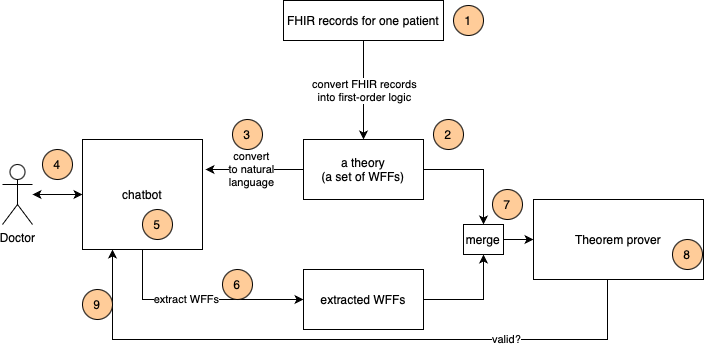
The draw.io diagram assets/logically-verified-clinical-chatbot.drawio.png in aws-samples/sample-clinical-chatbot-with-logically-verified-responses, before a commit. Source tidied: cells renumbered, new cells last; positions are measured from the earlier drawing's top-left corner, leaving out a move shared by most shapes. The source it was exported from:
```xml
<mxGraphModel>
  <root>
    <mxCell id="0" />
    <mxCell id="1" parent="0" />
    <mxCell id="2" style="edgeStyle=orthogonalEdgeStyle;rounded=0;jettySize=auto;html=1;entryX=0;entryY=0.5;entryDx=0;entryDy=0;" parent="1" edge="1" source="4" target="15">
      <mxGeometry relative="1" as="geometry">
        <Array as="points">
          <mxPoint x="140" y="299" />
        </Array>
      </mxGeometry>
    </mxCell>
    <mxCell id="3" value="extract WFFs" style="edgeLabel;html=1;align=center;verticalAlign=middle;" parent="2" vertex="1">
      <mxGeometry x="-0.12" y="1" relative="1" as="geometry" />
    </mxCell>
    <mxCell id="4" value="chatbot" style="rounded=0;whiteSpace=wrap;html=1;" parent="1" vertex="1">
      <mxGeometry x="80" y="139" width="120" height="110" as="geometry" />
    </mxCell>
    <mxCell id="5" style="edgeStyle=orthogonalEdgeStyle;rounded=0;jettySize=auto;html=1;entryX=0.5;entryY=0;entryDx=0;entryDy=0;" parent="1" edge="1" source="7" target="11">
      <mxGeometry relative="1" as="geometry" />
    </mxCell>
    <mxCell id="6" value="convert FHIR records&lt;br&gt;into first-order logic" style="edgeLabel;html=1;align=center;verticalAlign=middle;" parent="5" vertex="1">
      <mxGeometry x="0.3" y="-2" relative="1" as="geometry">
        <mxPoint x="2" y="-15" as="offset" />
      </mxGeometry>
    </mxCell>
    <mxCell id="7" value="FHIR records for one patient" style="rounded=0;whiteSpace=wrap;html=1;" parent="1" vertex="1">
      <mxGeometry x="281" width="160" height="40" as="geometry" />
    </mxCell>
    <mxCell id="8" style="edgeStyle=orthogonalEdgeStyle;rounded=0;jettySize=auto;html=1;" parent="1" edge="1" source="11" target="20">
      <mxGeometry relative="1" as="geometry" />
    </mxCell>
    <mxCell id="9" style="edgeStyle=orthogonalEdgeStyle;rounded=0;jettySize=auto;html=1;" parent="1" edge="1" source="11">
      <mxGeometry relative="1" as="geometry">
        <mxPoint x="203" y="169" as="targetPoint" />
      </mxGeometry>
    </mxCell>
    <mxCell id="10" value="convert&lt;br&gt;to natural&lt;br&gt;language" style="edgeLabel;html=1;align=center;verticalAlign=middle;" parent="9" vertex="1">
      <mxGeometry x="0.07" y="-1" relative="1" as="geometry" />
    </mxCell>
    <mxCell id="11" value="a theory&lt;br&gt;(a set of WFFs)" style="rounded=0;whiteSpace=wrap;html=1;" parent="1" vertex="1">
      <mxGeometry x="301" y="139" width="120" height="60" as="geometry" />
    </mxCell>
    <mxCell id="12" style="edgeStyle=orthogonalEdgeStyle;rounded=0;jettySize=auto;html=1;entryX=0;entryY=0.5;entryDx=0;entryDy=0;startArrow=classic;startFill=1;" parent="1" edge="1" source="13" target="4">
      <mxGeometry relative="1" as="geometry" />
    </mxCell>
    <mxCell id="13" value="Doctor" style="shape=umlActor;verticalLabelPosition=bottom;verticalAlign=top;html=1;outlineConnect=0;" parent="1" vertex="1">
      <mxGeometry y="164" width="30" height="60" as="geometry" />
    </mxCell>
    <mxCell id="14" style="edgeStyle=orthogonalEdgeStyle;rounded=0;jettySize=auto;html=1;exitX=1;exitY=0.5;exitDx=0;exitDy=0;entryX=0.5;entryY=1;entryDx=0;entryDy=0;" parent="1" edge="1" source="15" target="20">
      <mxGeometry relative="1" as="geometry" />
    </mxCell>
    <mxCell id="15" value="extracted WFFs" style="rounded=0;whiteSpace=wrap;html=1;" parent="1" vertex="1">
      <mxGeometry x="301" y="269" width="120" height="60" as="geometry" />
    </mxCell>
    <mxCell id="16" style="edgeStyle=orthogonalEdgeStyle;rounded=0;jettySize=auto;html=1;entryX=0.25;entryY=1;entryDx=0;entryDy=0;" parent="1" edge="1" source="18" target="4">
      <mxGeometry relative="1" as="geometry">
        <Array as="points">
          <mxPoint x="605" y="339" />
          <mxPoint x="110" y="339" />
        </Array>
      </mxGeometry>
    </mxCell>
    <mxCell id="17" value="valid?" style="edgeLabel;html=1;align=center;verticalAlign=middle;" parent="16" vertex="1">
      <mxGeometry x="-0.5" y="-1" relative="1" as="geometry" />
    </mxCell>
    <mxCell id="18" value="Theorem prover" style="rounded=0;whiteSpace=wrap;html=1;" parent="1" vertex="1">
      <mxGeometry x="531" y="199" width="170" height="80" as="geometry" />
    </mxCell>
    <mxCell id="19" style="edgeStyle=orthogonalEdgeStyle;rounded=0;jettySize=auto;html=1;entryX=0;entryY=0.5;entryDx=0;entryDy=0;" parent="1" edge="1" source="20" target="18">
      <mxGeometry relative="1" as="geometry" />
    </mxCell>
    <mxCell id="20" value="merge" style="rounded=0;whiteSpace=wrap;html=1;" parent="1" vertex="1">
      <mxGeometry x="461" y="224" width="40" height="30" as="geometry" />
    </mxCell>
    <mxCell id="21" value="2" style="ellipse;whiteSpace=wrap;html=1;fillColor=#ffcc99;" parent="1" vertex="1">
      <mxGeometry x="431" y="119" width="30" height="30" as="geometry" />
    </mxCell>
    <mxCell id="22" value="1" style="ellipse;whiteSpace=wrap;html=1;fillColor=#ffcc99;" parent="1" vertex="1">
      <mxGeometry x="451" y="5" width="30" height="30" as="geometry" />
    </mxCell>
    <mxCell id="23" value="5" style="ellipse;whiteSpace=wrap;html=1;fillColor=#ffcc99;" parent="1" vertex="1">
      <mxGeometry x="140" y="209" width="30" height="30" as="geometry" />
    </mxCell>
    <mxCell id="24" value="3" style="ellipse;whiteSpace=wrap;html=1;fillColor=#ffcc99;" parent="1" vertex="1">
      <mxGeometry x="230" y="119" width="30" height="30" as="geometry" />
    </mxCell>
    <mxCell id="25" value="4" style="ellipse;whiteSpace=wrap;html=1;fillColor=#ffcc99;" parent="1" vertex="1">
      <mxGeometry x="40" y="149" width="30" height="30" as="geometry" />
    </mxCell>
    <mxCell id="26" value="9" style="ellipse;whiteSpace=wrap;html=1;fillColor=#ffcc99;" parent="1" vertex="1">
      <mxGeometry x="80" y="289" width="30" height="30" as="geometry" />
    </mxCell>
    <mxCell id="27" value="6" style="ellipse;whiteSpace=wrap;html=1;fillColor=#ffcc99;" parent="1" vertex="1">
      <mxGeometry x="220" y="269" width="30" height="30" as="geometry" />
    </mxCell>
    <mxCell id="28" value="8" style="ellipse;whiteSpace=wrap;html=1;fillColor=#ffcc99;" parent="1" vertex="1">
      <mxGeometry x="670" y="239" width="30" height="30" as="geometry" />
    </mxCell>
    <mxCell id="29" value="7" style="ellipse;whiteSpace=wrap;html=1;fillColor=#ffcc99;" parent="1" vertex="1">
      <mxGeometry x="490" y="189" width="30" height="30" as="geometry" />
    </mxCell>
  </root>
</mxGraphModel>
```
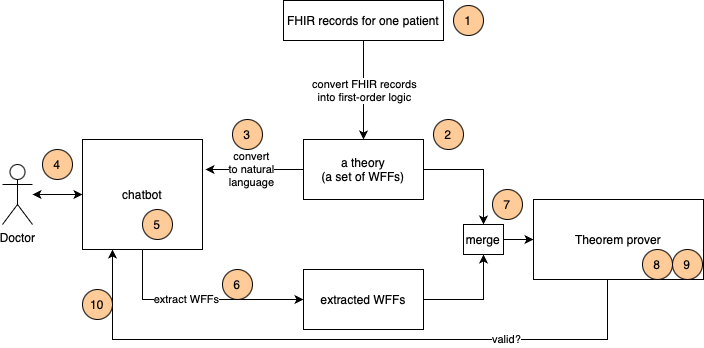
After the commit.

The edit, as a diff of the source:
```diff
@@ -87,17 +87,20 @@
     <mxCell id="25" value="4" style="ellipse;whiteSpace=wrap;html=1;fillColor=#ffcc99;" parent="1" vertex="1">
       <mxGeometry x="40" y="149" width="30" height="30" as="geometry" />
     </mxCell>
-    <mxCell id="26" value="9" style="ellipse;whiteSpace=wrap;html=1;fillColor=#ffcc99;" parent="1" vertex="1">
+    <mxCell id="26" value="10" style="ellipse;whiteSpace=wrap;html=1;fillColor=#ffcc99;" parent="1" vertex="1">
       <mxGeometry x="80" y="289" width="30" height="30" as="geometry" />
     </mxCell>
     <mxCell id="27" value="6" style="ellipse;whiteSpace=wrap;html=1;fillColor=#ffcc99;" parent="1" vertex="1">
       <mxGeometry x="220" y="269" width="30" height="30" as="geometry" />
     </mxCell>
-    <mxCell id="28" value="8" style="ellipse;whiteSpace=wrap;html=1;fillColor=#ffcc99;" parent="1" vertex="1">
-      <mxGeometry x="670" y="239" width="30" height="30" as="geometry" />
+    <mxCell id="28" value="9" style="ellipse;whiteSpace=wrap;html=1;fillColor=#ffcc99;" parent="1" vertex="1">
+      <mxGeometry x="670" y="249" width="30" height="30" as="geometry" />
     </mxCell>
     <mxCell id="29" value="7" style="ellipse;whiteSpace=wrap;html=1;fillColor=#ffcc99;" parent="1" vertex="1">
       <mxGeometry x="490" y="189" width="30" height="30" as="geometry" />
     </mxCell>
+    <mxCell id="30" value="8" style="ellipse;whiteSpace=wrap;html=1;fillColor=#ffcc99;" parent="1" vertex="1">
+      <mxGeometry x="640" y="249" width="30" height="30" as="geometry" />
+    </mxCell>
   </root>
 </mxGraphModel>
```
